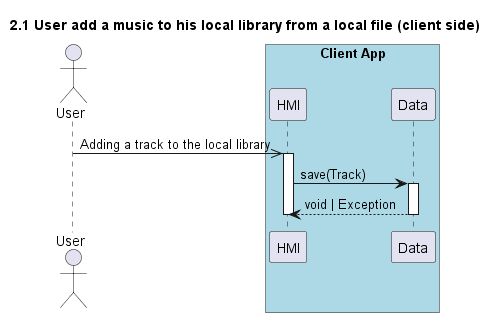
The PlantUML diagram website/images/sequence/2.1 User add a music to his local library from a local file (client side).png in UTCAI12/Diagrams, before a commit.
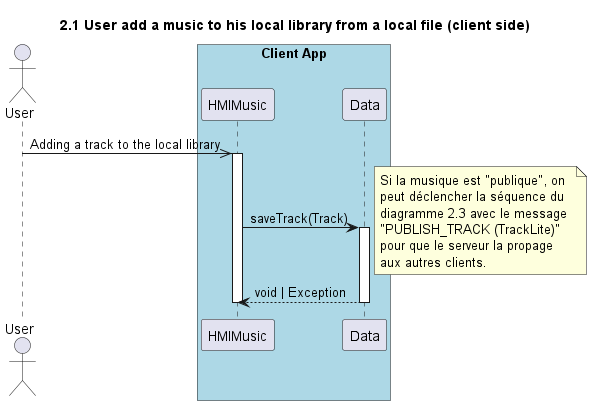
The same file after the commit.

What changed in the source:
```diff
@@ -3,15 +3,24 @@
 
 actor "User" as user
 box "Client App" #LightBlue
-    participant "HMI" as hmi
+    participant "HMIMusic" as hmi
     participant "Data" as data
 end box
 
 user ->> hmi : Adding a track to the local library
 activate hmi
 
-hmi -> data : save(Track)
+hmi -> data : saveTrack(Track)
 activate data
+
+note right
+    Si la musique est "publique", on
+    peut déclencher la séquence du
+    diagramme 2.3 avec le message
+    "PUBLISH_TRACK (TrackLite)"
+    pour que le serveur la propage
+    aux autres clients.
+end note
 
 data --> hmi : void | Exception
 deactivate data
```
